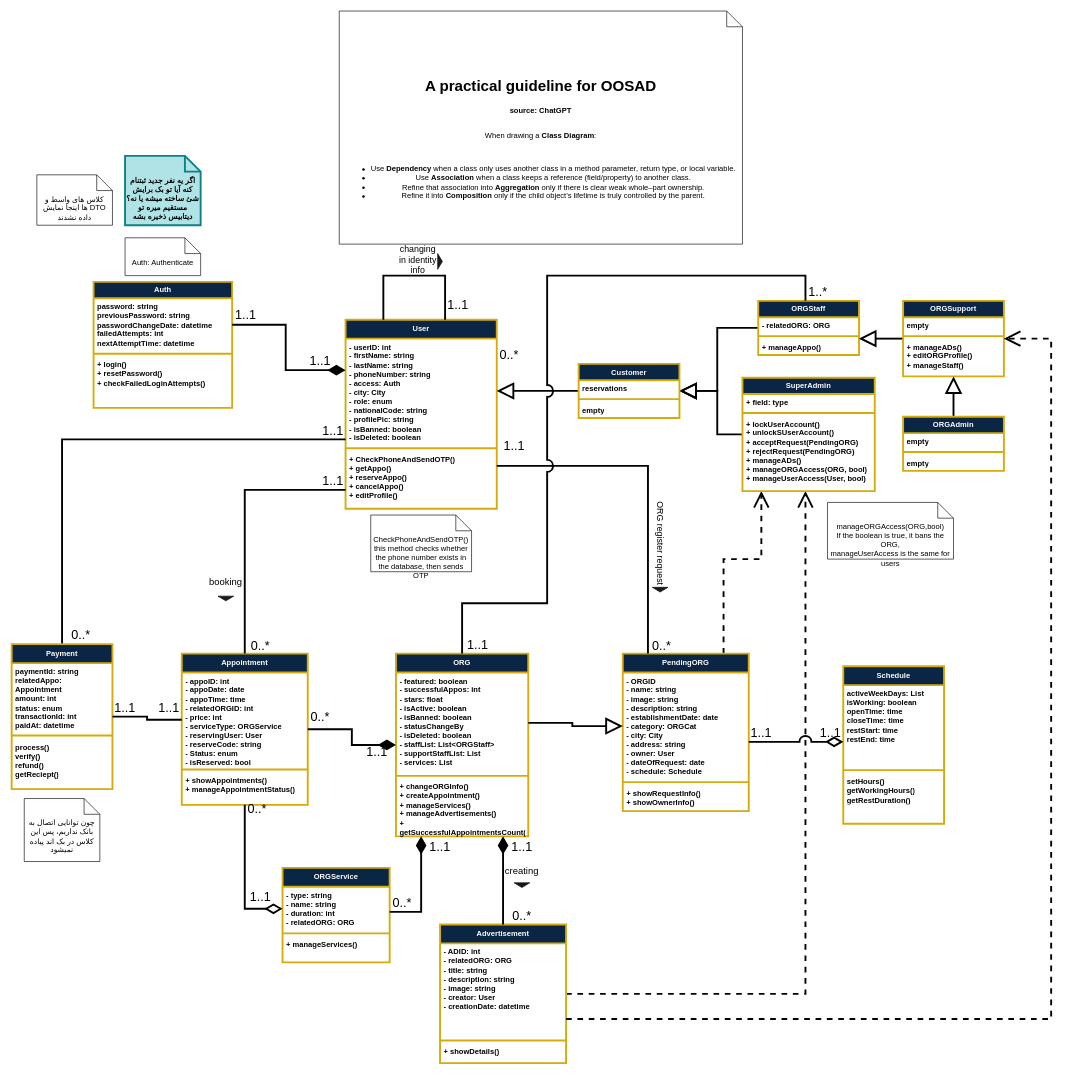
The draw.io diagram Documentation/Analysis/Modeling/Structural Models/Class Diagrams/class Diagram.drawio in TnT74K/Project-SAD, before the edit. Source tidied: cells renumbered, new cells numbered last; positions are measured from the earlier drawing's top-left corner, leaving out a move shared by most shapes. Both pictures are drawn from the tidied source at 63%, with x=0, y=0 at pixel (11, 11).
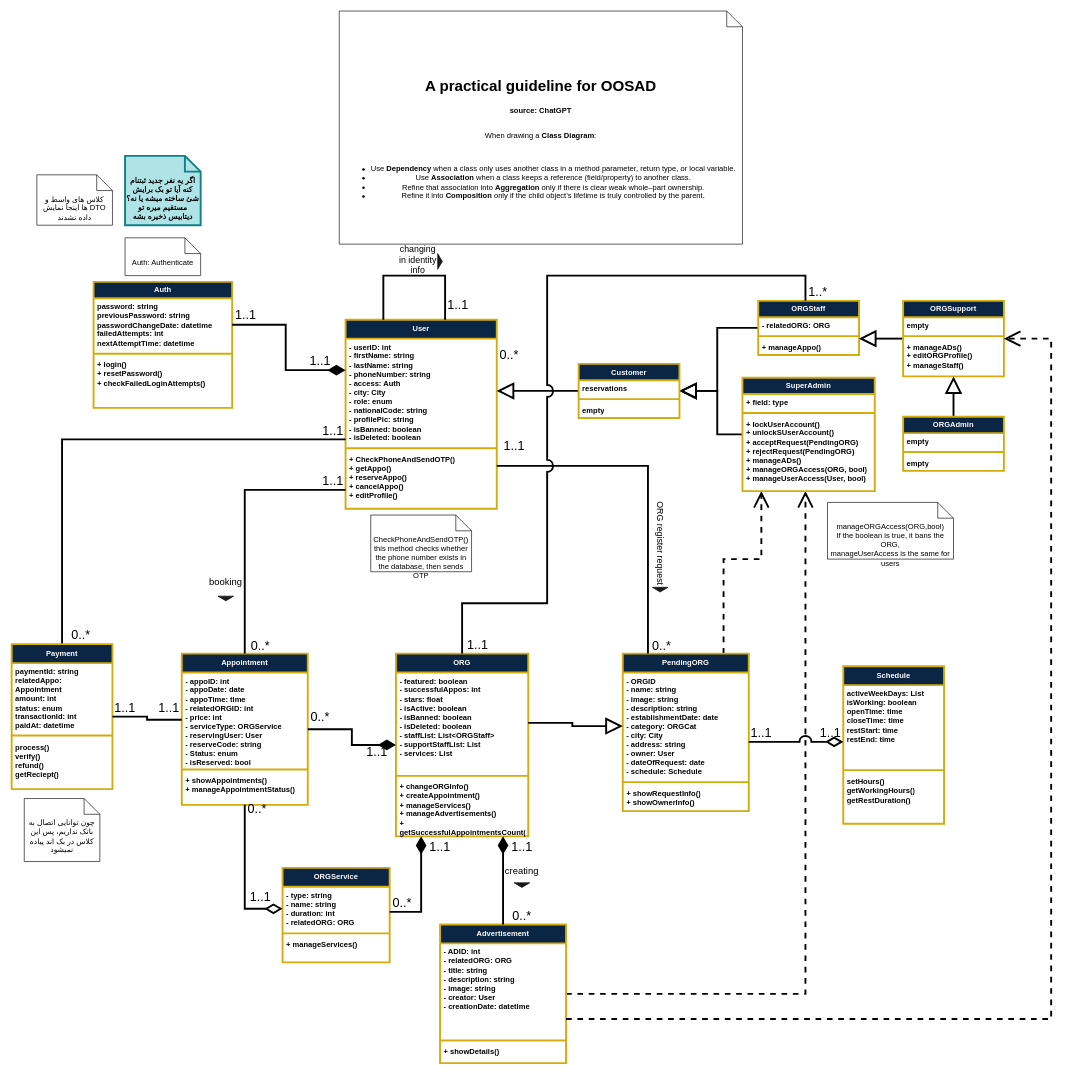
The same diagram, later.

Commit message:
Update Class diagram

The change refers to these unchanged cells:
```xml
<mxCell id="11" value="&lt;font style=&quot;color: light-dark(rgb(255, 255, 255), rgb(255, 255, 255));&quot;&gt;ORG&lt;/font&gt;" style="swimlane;fontStyle=1;align=center;verticalAlign=middle;startSize=30;whiteSpace=wrap;html=1;strokeColor=light-dark(#D4AC0D,#D4AC0D);strokeWidth=3;fontFamily=zain;fontSize=12;fontColor=light-dark(#000000,#FFFFFF);labelBackgroundColor=none;fillColor=light-dark(#0B2545,#0B2545);" parent="1" vertex="1">
  <mxGeometry x="610" y="1020" width="210" height="290" as="geometry" />
</mxCell>
```

Diff of the diagram source:
```diff
@@
-    <mxCell id="12" value="&lt;div&gt;&lt;span style=&quot;color: light-dark(rgb(0, 0, 0), rgb(255, 255, 255));&quot;&gt;- featured: boolean&lt;/span&gt;&lt;/div&gt;&lt;div&gt;- successfulAppos: int&lt;/div&gt;&lt;div&gt;- stars: float&lt;/div&gt;&lt;div&gt;- isActive: boolean&lt;/div&gt;&lt;div&gt;- isBanned: boolean&lt;/div&gt;&lt;div&gt;- statusChangeBy&lt;/div&gt;&lt;div&gt;&lt;span style=&quot;color: light-dark(rgb(0, 0, 0), rgb(255, 255, 255));&quot;&gt;- isDeleted: boolean&lt;/span&gt;&lt;/div&gt;&lt;div&gt;- staffList: List&amp;lt;ORGStaff&amp;gt;&lt;/div&gt;&lt;div&gt;- supportStaffList: List&lt;/div&gt;&lt;div&gt;- services: List&lt;/div&gt;" style="text;strokeColor=none;fillColor=none;align=left;verticalAlign=top;spacingLeft=4;spacingRight=4;overflow=hidden;points=[[0,0.5],[1,0.5]];portConstraint=eastwest;whiteSpace=wrap;html=1;fontFamily=zain;fontSize=12;fontColor=light-dark(#000000,#FFFFFF);fontStyle=1;labelBackgroundColor=none;" parent="11" vertex="1">
+    <mxCell id="12" value="&lt;div&gt;&lt;span style=&quot;color: light-dark(rgb(0, 0, 0), rgb(255, 255, 255));&quot;&gt;- featured: boolean&lt;/span&gt;&lt;/div&gt;&lt;div&gt;- successfulAppos: int&lt;/div&gt;&lt;div&gt;- stars: float&lt;/div&gt;&lt;div&gt;- isActive: boolean&lt;/div&gt;&lt;div&gt;- isBanned: boolean&lt;/div&gt;&lt;div&gt;&lt;span style=&quot;color: light-dark(rgb(0, 0, 0), rgb(255, 255, 255));&quot;&gt;- isDeleted: boolean&lt;/span&gt;&lt;/div&gt;&lt;div&gt;- staffList: List&amp;lt;ORGStaff&amp;gt;&lt;/div&gt;&lt;div&gt;- supportStaffList: List&lt;/div&gt;&lt;div&gt;- services: List&lt;/div&gt;" style="text;strokeColor=none;fillColor=none;align=left;verticalAlign=top;spacingLeft=4;spacingRight=4;overflow=hidden;points=[[0,0.5],[1,0.5]];portConstraint=eastwest;whiteSpace=wrap;html=1;fontFamily=zain;fontSize=12;fontColor=light-dark(#000000,#FFFFFF);fontStyle=1;labelBackgroundColor=none;" parent="11" vertex="1">
       <mxGeometry y="30" width="210" height="160" as="geometry" />
     </mxCell>
```
